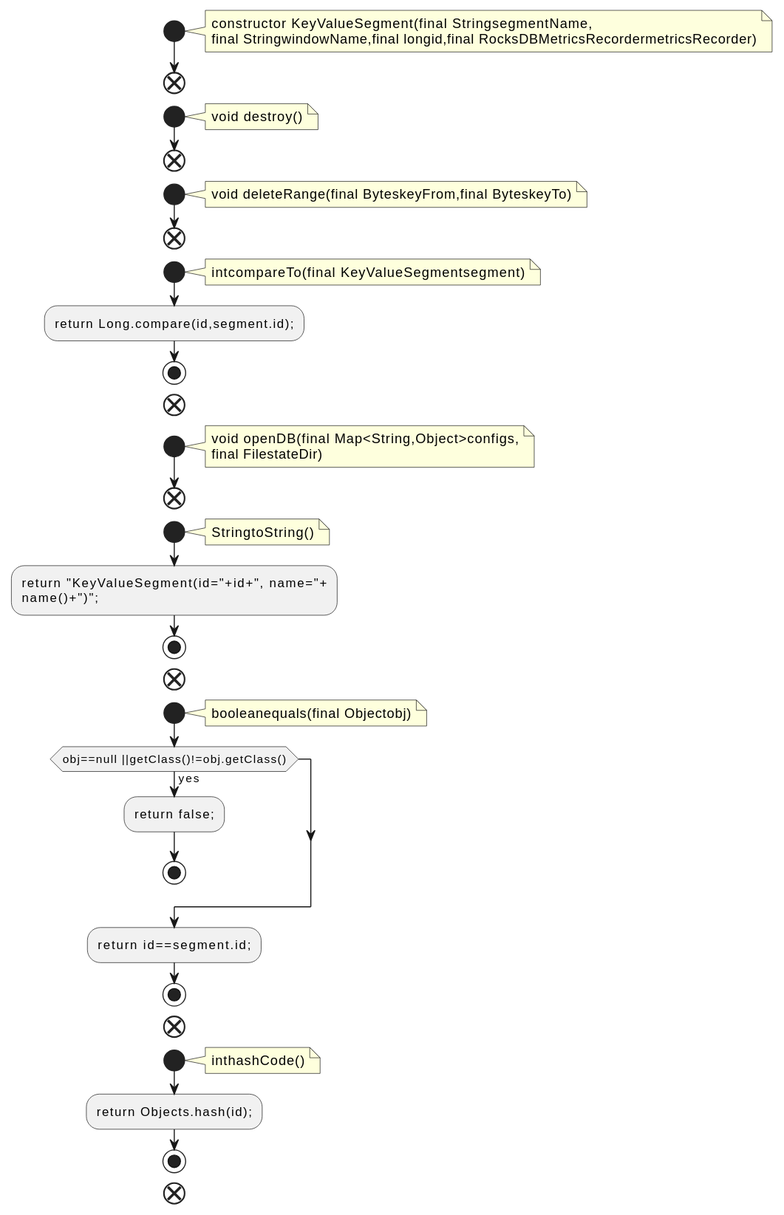
This is docs/qc/streams/src/main/java/org/apache/kafka/streams/state/internals/KeyValueSegment.java.fct.svg from qualitesys/kafka, a PlantUML export, as it was before one commit.
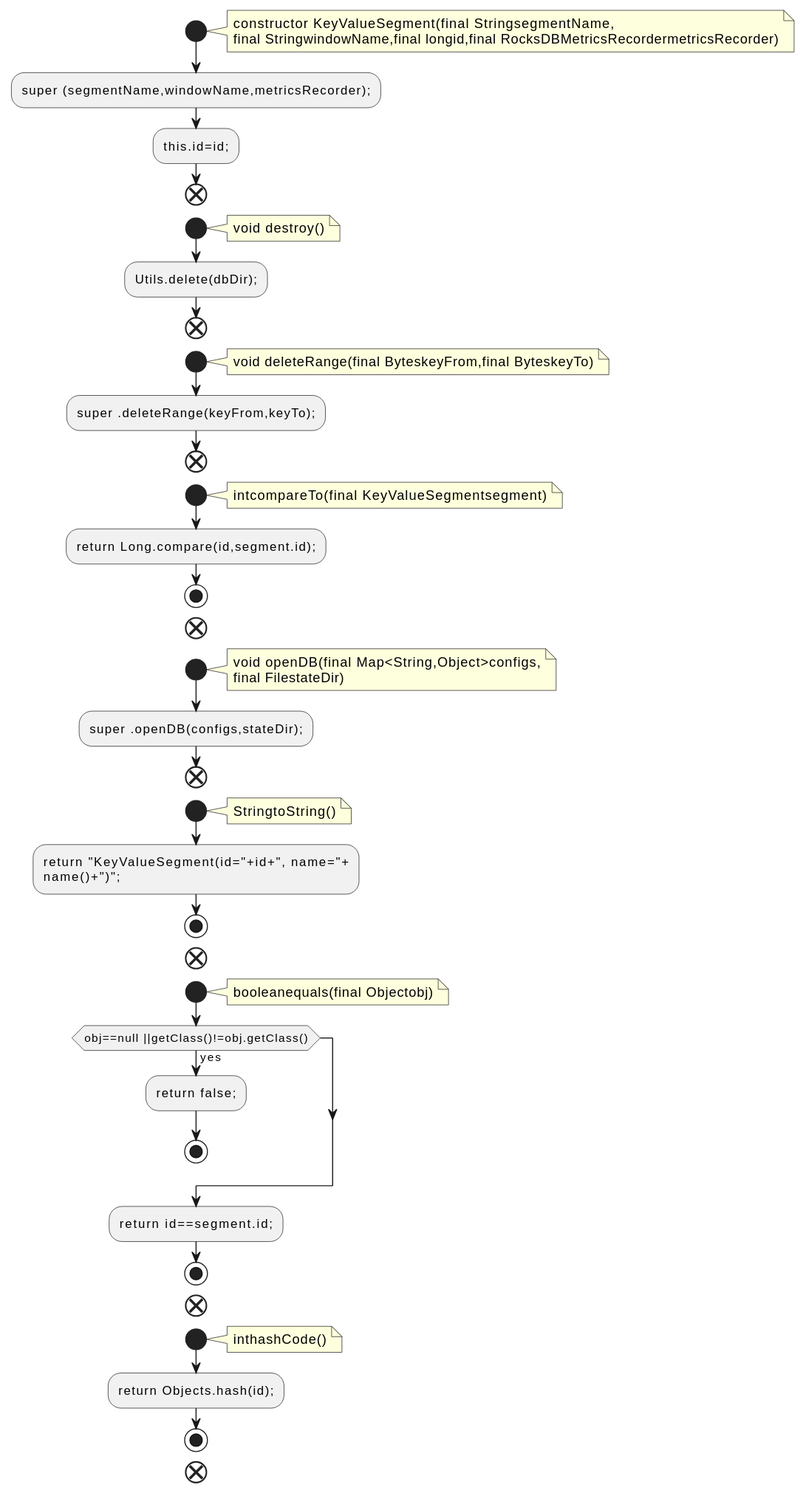
After the change.

Diff of the diagram source:
```diff
@@ -5,16 +5,20 @@
 constructor KeyValueSegment(final StringsegmentName,
 final StringwindowName,final longid,final RocksDBMetricsRecordermetricsRecorder)
 end note
+:super (segmentName,windowName,metricsRecorder);;
+:this.id=id;;
 end
 start
 note right
 void destroy()
 end note
+:Utils.delete(dbDir);;
 end
 start
 note right
 void deleteRange(final ByteskeyFrom,final ByteskeyTo)
 end note
+:super .deleteRange(keyFrom,keyTo);;
 end
 start
 note right
@@ -28,6 +32,7 @@
 void openDB(final Map<String,Object>configs,
 final FilestateDir)
 end note
+:super .openDB(configs,stateDir);;
 end
 start
 note right
```
